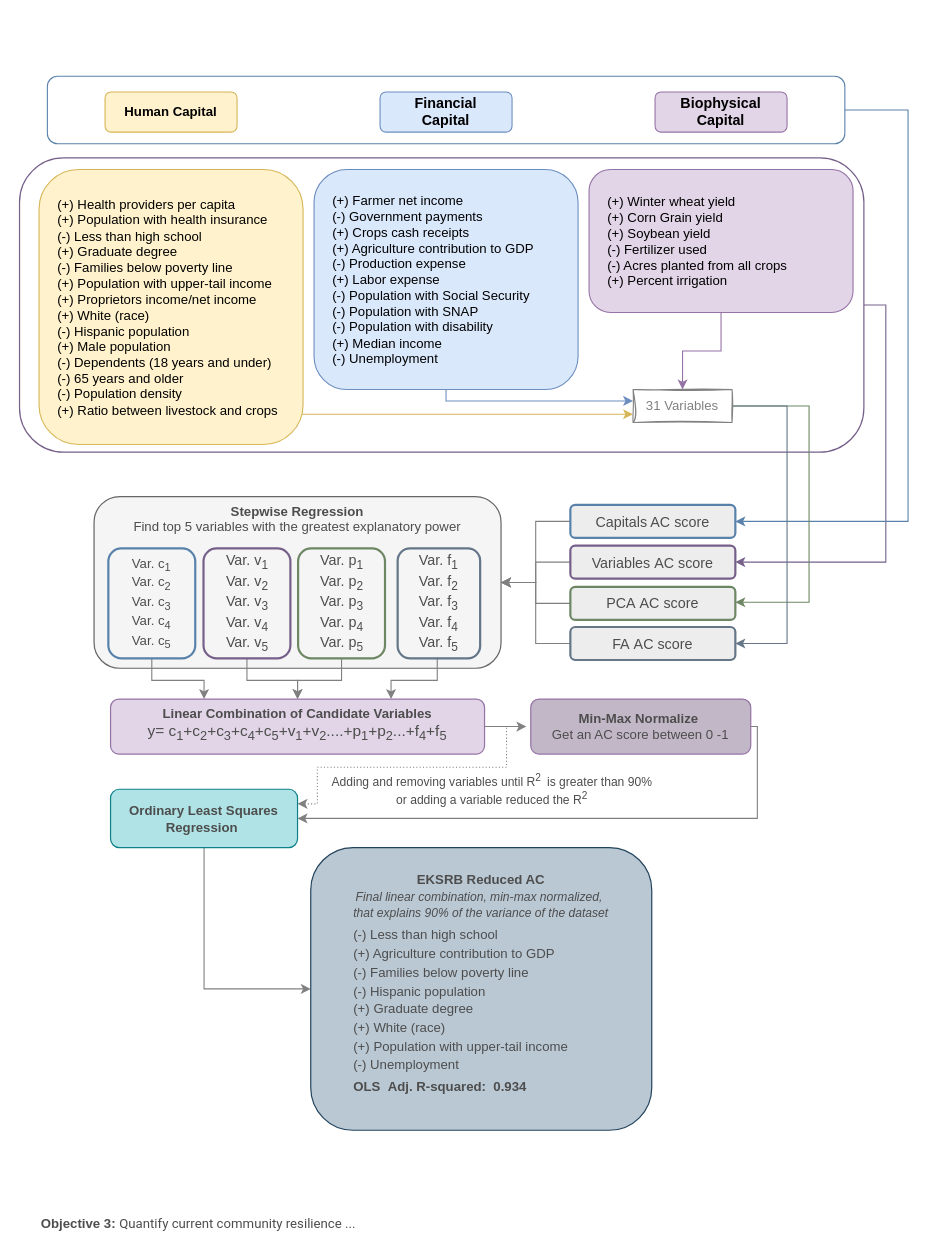
The draw.io diagram relative std deviation.drawio in dealchre/gradDrawio, before the edit. Source tidied: cells renumbered, new cells numbered last; positions are measured from the earlier drawing's top-left corner, leaving out a move shared by most shapes. Both pictures are drawn from the tidied source at 110%, with x=0, y=0 at pixel (38, -289).
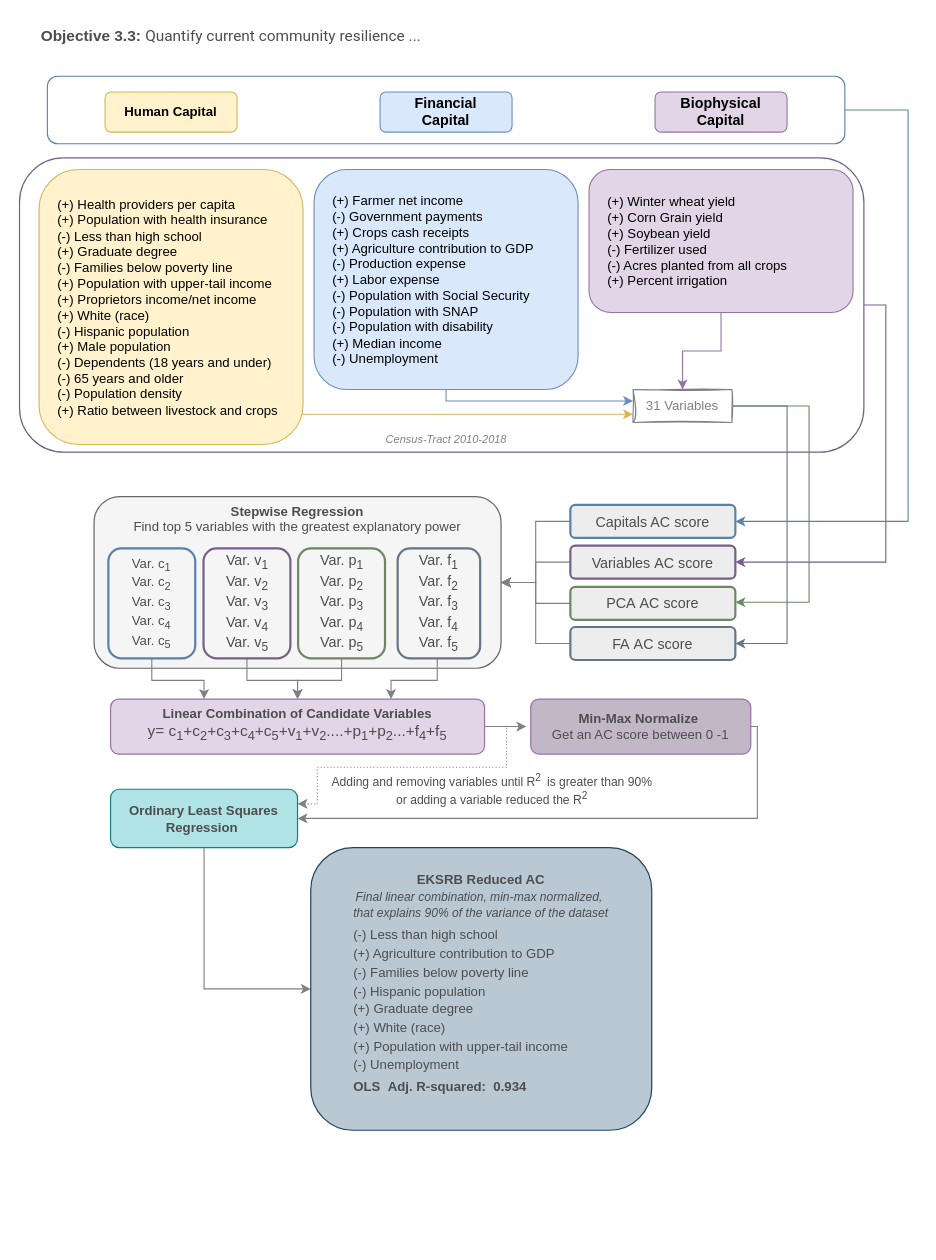
Above is the later version.

The edit, as a diff of the source:
```diff
@@
-    <mxCell id="43" value="Objective 3:&amp;nbsp;&lt;span style=&quot;font-family: &amp;quot;Google Sans&amp;quot;, Roboto, sans-serif; font-weight: 400; white-space-collapse: preserve; background-color: rgb(255, 255, 255);&quot;&gt;Quantify current community resilience ... &lt;/span&gt;" style="text;html=1;align=left;verticalAlign=middle;whiteSpace=wrap;rounded=0;fontColor=#4D4D4D;fontStyle=1;" parent="1" vertex="1">
-      <mxGeometry y="1360" width="450" height="30" as="geometry" />
-    </mxCell>
+    <mxCell id="44" value="&lt;font style=&quot;font-size: 10px;&quot; color=&quot;#808080&quot;&gt;Census-Tract 2010-2018&lt;/font&gt;" style="text;html=1;strokeColor=none;fillColor=none;align=center;verticalAlign=middle;whiteSpace=wrap;rounded=0;glass=0;sketch=1;curveFitting=1;jiggle=2;shadow=0;fontStyle=2;fontSize=10;" parent="1" vertex="1">
+      <mxGeometry x="300.5" y="646.6" width="139" height="30" as="geometry" />
+    </mxCell>
+    <mxCell id="45" value="&lt;font style=&quot;font-size: 14px;&quot;&gt;Objective 3.3:&amp;nbsp;&lt;span style=&quot;font-family: &amp;quot;Google Sans&amp;quot;, Roboto, sans-serif; font-weight: 400; white-space-collapse: preserve; background-color: rgb(255, 255, 255);&quot;&gt;Quantify current community resilience ... &lt;/span&gt;&lt;/font&gt;" style="text;html=1;align=left;verticalAlign=middle;whiteSpace=wrap;rounded=0;fontColor=#4D4D4D;fontStyle=1;" parent="1" vertex="1">
+      <mxGeometry y="280" width="450" height="30" as="geometry" />
+    </mxCell>
```
